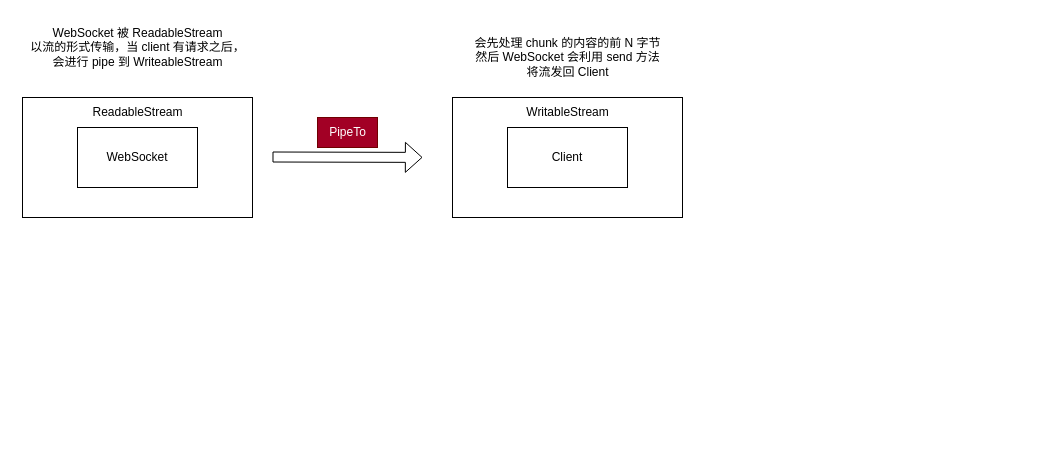
Earlier version of the draw.io diagram process.drawio (fwqaaq/edgetunnel). Source tidied: cells renumbered, new cells numbered last; positions are measured from the earlier drawing's top-left corner, leaving out a move shared by most shapes. Both pictures are drawn from the tidied source at 100%, with x=0, y=0 at pixel (17, 17).
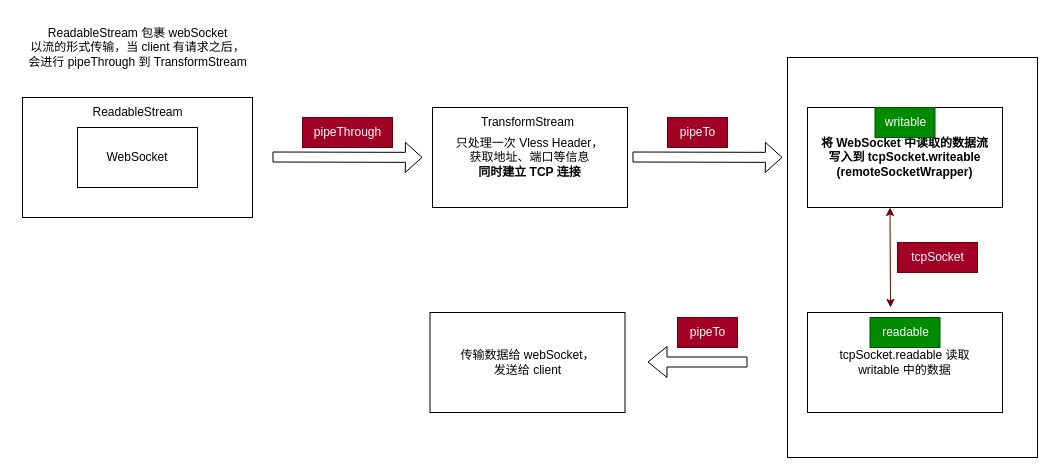
Above is the later version.

What changed in the source:
```diff
@@
+    <mxCell id="12" style="rounded=0;whiteSpace=wrap;html=1;" parent="1" vertex="1">
+      <mxGeometry x="770" y="40" width="250" height="400" as="geometry" />
+    </mxCell>
-    <mxCell id="2" style="rounded=0;whiteSpace=wrap;html=1;" parent="1" vertex="1">
-      <mxGeometry x="435" y="80" width="230" height="120" as="geometry" />
+    <mxCell id="2" value="只处理一次 Vless Header，&lt;br&gt;获取地址、端口等信息&lt;br&gt;&lt;b&gt;同时建立 TCP 连接&lt;/b&gt;" style="rounded=0;whiteSpace=wrap;html=1;" parent="1" vertex="1">
+      <mxGeometry x="415" y="90" width="195" height="100" as="geometry" />
     </mxCell>
-    <mxCell id="3" value="WebSocket 被 ReadableStream&lt;br&gt;以流的形式传输，当 client 有请求之后，&lt;br&gt;会进行 pipe 到 WriteableStream" style="text;html=1;align=center;verticalAlign=middle;strokeColor=none;fillColor=none;" parent="1" vertex="1">
+    <mxCell id="3" value="ReadableStream 包裹 webSocket&lt;br&gt;以流的形式传输，当 client 有请求之后，&lt;br&gt;会进行 pipeThrough 到 TransformStream" style="text;html=1;align=center;verticalAlign=middle;strokeColor=none;fillColor=none;" parent="1" vertex="1">
       <mxGeometry width="240" height="60" as="geometry" />
     </mxCell>
@@
-    <mxCell id="5" value="PipeTo" style="text;html=1;align=center;verticalAlign=middle;strokeColor=#6F0000;fillColor=#a20025;fontColor=#ffffff;" parent="1" vertex="1">
-      <mxGeometry x="300" y="100" width="60" height="30" as="geometry" />
+    <mxCell id="5" value="pipeThrough" style="text;html=1;align=center;verticalAlign=middle;strokeColor=#6F0000;fillColor=#a20025;fontColor=#ffffff;" parent="1" vertex="1">
+      <mxGeometry x="285" y="100" width="90" height="30" as="geometry" />
     </mxCell>
@@
-    <mxCell id="9" value="Client" style="rounded=0;whiteSpace=wrap;html=1;" parent="1" vertex="1">
-      <mxGeometry x="490" y="110" width="120" height="60" as="geometry" />
-    </mxCell>
-    <mxCell id="10" value="WritableStream" style="text;html=1;align=center;verticalAlign=middle;strokeColor=none;fillColor=none;" parent="1" vertex="1">
-      <mxGeometry x="495" y="80" width="110" height="30" as="geometry" />
+    <mxCell id="10" value="TransformStream" style="text;html=1;align=center;verticalAlign=middle;strokeColor=none;fillColor=none;" parent="1" vertex="1">
+      <mxGeometry x="450" y="90" width="120" height="30" as="geometry" />
     </mxCell>
-    <mxCell id="11" value="会先处理 chunk 的内容的前 N 字节&lt;br&gt;然后 WebSocket 会利用 send 方法&lt;br&gt;将流发回 Client" style="text;html=1;align=center;verticalAlign=middle;strokeColor=none;fillColor=none;" parent="1" vertex="1">
-      <mxGeometry x="445" y="10" width="210" height="60" as="geometry" />
+    <mxCell id="11" style="shape=flexArrow;endArrow=classic;html=1;endWidth=19;endSize=5.21;" parent="1" edge="1">
+      <mxGeometry relative="1" as="geometry">
+        <mxPoint x="615" y="139.5" as="sourcePoint" />
+        <mxPoint x="765" y="139.9" as="targetPoint" />
+      </mxGeometry>
     </mxCell>
+    <mxCell id="13" value="pipeTo" style="text;html=1;align=center;verticalAlign=middle;strokeColor=#6F0000;fillColor=#a20025;fontColor=#ffffff;" parent="1" vertex="1">
+      <mxGeometry x="650" y="100" width="60" height="30" as="geometry" />
+    </mxCell>
+    <mxCell id="14" value="将 WebSocket 中读取的数据流&lt;br&gt;写入到 tcpSocket.writeable&lt;br&gt;(remoteSocketWrapper)" style="rounded=0;whiteSpace=wrap;html=1;fontStyle=1;" parent="1" vertex="1">
+      <mxGeometry x="790" y="90" width="195" height="100" as="geometry" />
+    </mxCell>
+    <mxCell id="15" value="tcpSocket.readable 读取&lt;br&gt;writable 中的数据" style="rounded=0;whiteSpace=wrap;html=1;" parent="1" vertex="1">
+      <mxGeometry x="790" y="295" width="195" height="100" as="geometry" />
+    </mxCell>
+    <mxCell id="16" style="shape=flexArrow;endArrow=classic;html=1;" parent="1" edge="1">
+      <mxGeometry relative="1" as="geometry">
+        <mxPoint x="730" y="344.5" as="sourcePoint" />
+        <mxPoint x="630" y="344.5" as="targetPoint" />
+      </mxGeometry>
+    </mxCell>
+    <mxCell id="17" value="传输数据给 webSocket，&lt;br&gt;发送给 client" style="rounded=0;whiteSpace=wrap;html=1;" parent="1" vertex="1">
+      <mxGeometry x="412.5" y="295" width="195" height="100" as="geometry" />
+    </mxCell>
+    <mxCell id="18" value="writable" style="text;html=1;align=center;verticalAlign=middle;strokeColor=#005700;fillColor=#008a00;fontColor=#ffffff;" parent="1" vertex="1">
+      <mxGeometry x="857.5" y="90" width="60" height="30" as="geometry" />
+    </mxCell>
+    <mxCell id="19" value="pipeTo" style="text;html=1;align=center;verticalAlign=middle;strokeColor=#6F0000;fillColor=#a20025;fontColor=#ffffff;" parent="1" vertex="1">
+      <mxGeometry x="660" y="300" width="60" height="30" as="geometry" />
+    </mxCell>
+    <mxCell id="20" value="tcpSocket" style="text;html=1;align=center;verticalAlign=middle;strokeColor=#6F0000;fillColor=#a20025;fontColor=#ffffff;" parent="1" vertex="1">
+      <mxGeometry x="880" y="225" width="80" height="30" as="geometry" />
+    </mxCell>
+    <mxCell id="21" style="endArrow=classic;startArrow=classic;html=1;fillColor=#a20025;strokeColor=#6F0000;" parent="1" edge="1">
+      <mxGeometry relative="1" as="geometry">
+        <mxPoint x="873" y="290" as="sourcePoint" />
+        <mxPoint x="872.5" y="190" as="targetPoint" />
+      </mxGeometry>
+    </mxCell>
+    <mxCell id="22" value="readable" style="text;html=1;align=center;verticalAlign=middle;strokeColor=#005700;fillColor=#008a00;fontColor=#ffffff;" parent="1" vertex="1">
+      <mxGeometry x="852.5" y="300" width="70" height="30" as="geometry" />
+    </mxCell>
```
